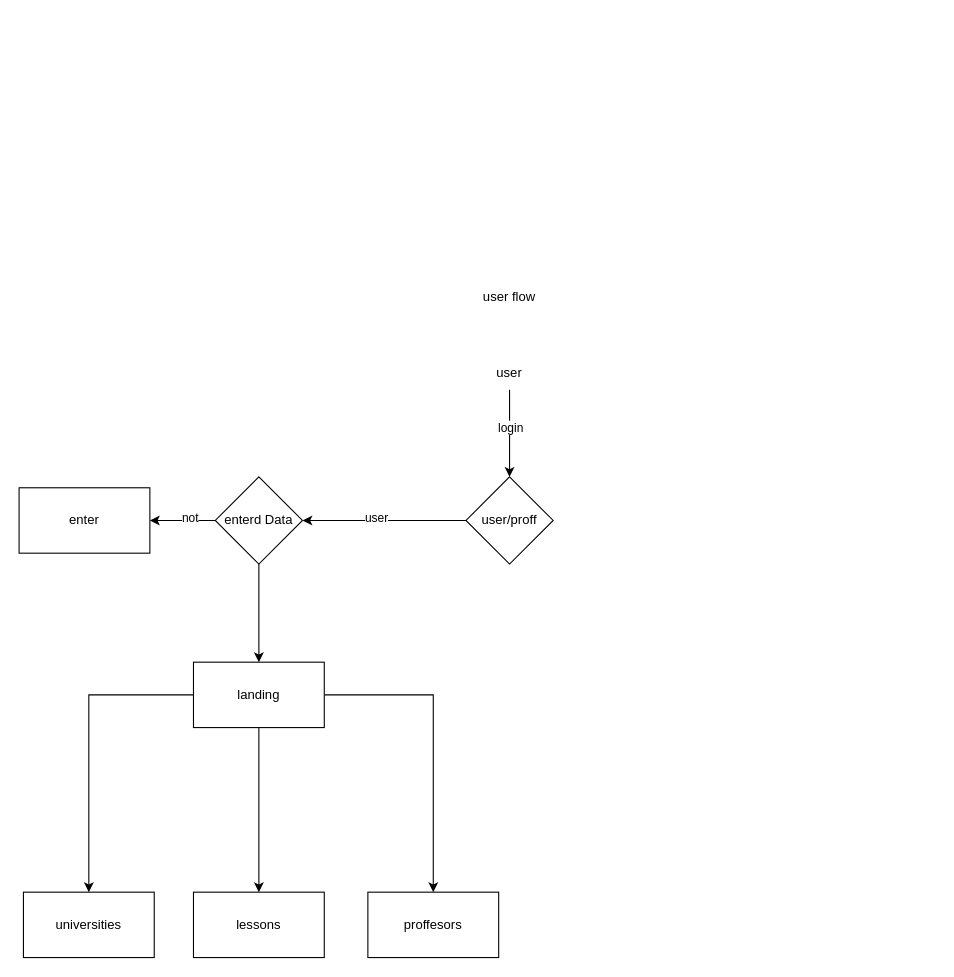
ostadbun/docs keeps this draw.io diagram as ostadbun-userFlow.drawio. Above is the earlier version. Source tidied: cells renumbered, new cells numbered last; positions are measured from the earlier drawing's top-left corner, leaving out a move shared by most shapes. Both pictures are drawn from the tidied source at 109%, with x=0, y=0 at pixel (19, 280).
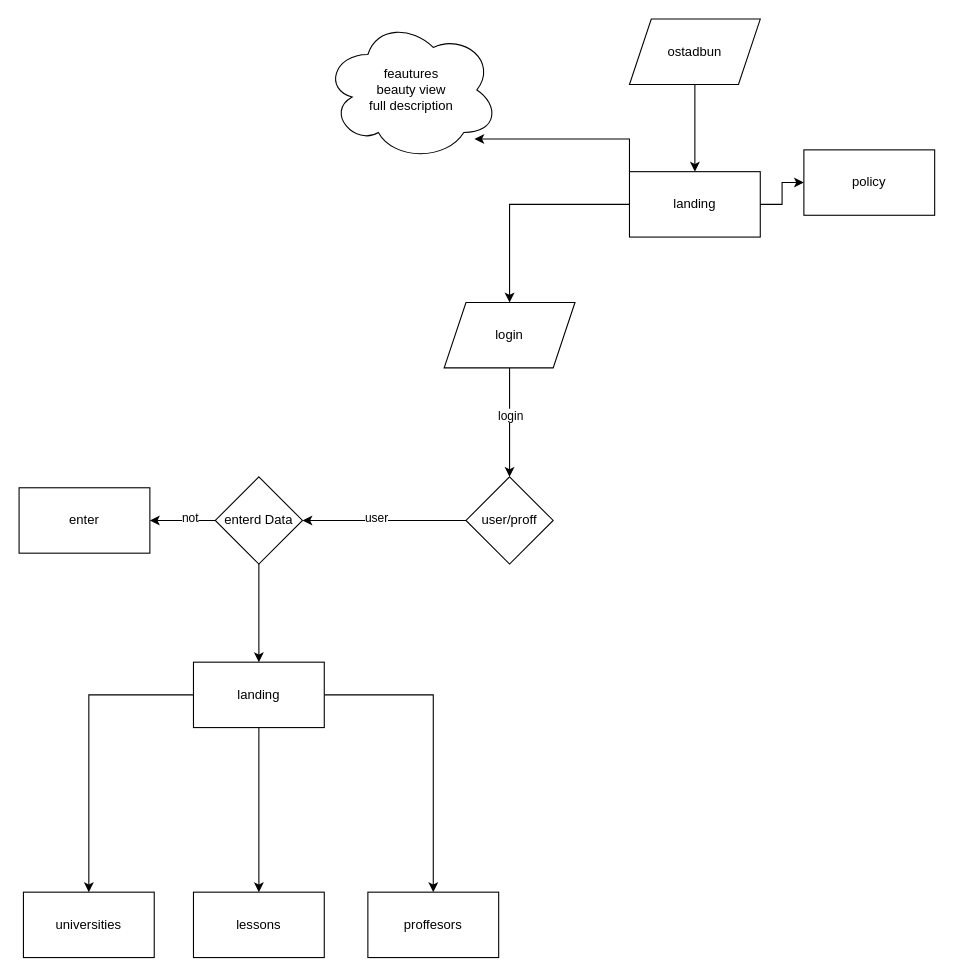
After the change.

Unchanged cells that the change refers to:
```xml
<mxCell id="7" value="user/proff" style="rhombus;whiteSpace=wrap;html=1;" parent="1" vertex="1">
  <mxGeometry x="410" y="180" width="80" height="80" as="geometry" />
</mxCell>
```

The edit, as a diff of the source:
```diff
@@
-    <mxCell id="2" style="edgeStyle=orthogonalEdgeStyle;rounded=0;jettySize=auto;html=1;" parent="1" edge="1" source="4" target="7">
+    <mxCell id="2" style="edgeStyle=orthogonalEdgeStyle;rounded=0;jettySize=auto;html=1;" parent="1" edge="1" source="27" target="7">
       <mxGeometry relative="1" as="geometry" />
     </mxCell>
@@
-    <mxCell id="4" value="user" style="text;html=1;whiteSpace=wrap;strokeColor=none;fillColor=none;align=center;verticalAlign=middle;rounded=0;" parent="1" vertex="1">
-      <mxGeometry x="420" y="70" width="60" height="30" as="geometry" />
-    </mxCell>
@@
-    <mxCell id="8" value="user flow" style="text;html=1;whiteSpace=wrap;strokeColor=none;fillColor=none;align=center;verticalAlign=middle;rounded=0;" parent="1" vertex="1">
-      <mxGeometry x="420" width="60" height="30" as="geometry" />
-    </mxCell>
@@
+    <mxCell id="21" style="edgeStyle=orthogonalEdgeStyle;rounded=0;jettySize=auto;html=1;" parent="1" edge="1" source="22" target="26">
+      <mxGeometry relative="1" as="geometry" />
+    </mxCell>
+    <mxCell id="22" value="ostadbun" style="shape=parallelogram;perimeter=parallelogramPerimeter;whiteSpace=wrap;html=1;fixedSize=1;" parent="1" vertex="1">
+      <mxGeometry x="560" y="-240" width="120" height="60" as="geometry" />
+    </mxCell>
+    <mxCell id="23" style="edgeStyle=orthogonalEdgeStyle;rounded=0;jettySize=auto;html=1;" parent="1" edge="1" source="26" target="27">
+      <mxGeometry relative="1" as="geometry" />
+    </mxCell>
+    <mxCell id="24" style="edgeStyle=orthogonalEdgeStyle;rounded=0;jettySize=auto;html=1;" parent="1" edge="1" source="26" target="28">
+      <mxGeometry relative="1" as="geometry">
+        <Array as="points">
+          <mxPoint x="560" y="-130" />
+        </Array>
+      </mxGeometry>
+    </mxCell>
+    <mxCell id="25" style="edgeStyle=orthogonalEdgeStyle;rounded=0;jettySize=auto;html=1;" parent="1" edge="1" source="26" target="29">
+      <mxGeometry relative="1" as="geometry" />
+    </mxCell>
+    <mxCell id="26" value="landing" style="whiteSpace=wrap;html=1;" parent="1" vertex="1">
+      <mxGeometry x="560" y="-100" width="120" height="60" as="geometry" />
+    </mxCell>
+    <mxCell id="27" value="login" style="shape=parallelogram;perimeter=parallelogramPerimeter;whiteSpace=wrap;html=1;fixedSize=1;" parent="1" vertex="1">
+      <mxGeometry x="390" y="20" width="120" height="60" as="geometry" />
+    </mxCell>
+    <mxCell id="28" value="&lt;font style=&quot;color: light-dark(rgb(0, 0, 0), rgb(255, 255, 255));&quot;&gt;feautures&lt;/font&gt;&lt;div&gt;&lt;font style=&quot;color: light-dark(rgb(0, 0, 0), rgb(255, 255, 255));&quot;&gt;beauty view&lt;/font&gt;&lt;/div&gt;&lt;div&gt;&lt;font style=&quot;color: light-dark(rgb(0, 0, 0), rgb(255, 255, 255));&quot;&gt;&lt;span&gt;full description&lt;/span&gt;&lt;/font&gt;&lt;/div&gt;" style="ellipse;shape=cloud;whiteSpace=wrap;html=1;" parent="1" vertex="1">
+      <mxGeometry x="280" y="-240" width="160" height="130" as="geometry" />
+    </mxCell>
+    <mxCell id="29" value="policy" style="whiteSpace=wrap;html=1;" parent="1" vertex="1">
+      <mxGeometry x="720" y="-120" width="120" height="60" as="geometry" />
+    </mxCell>
```
